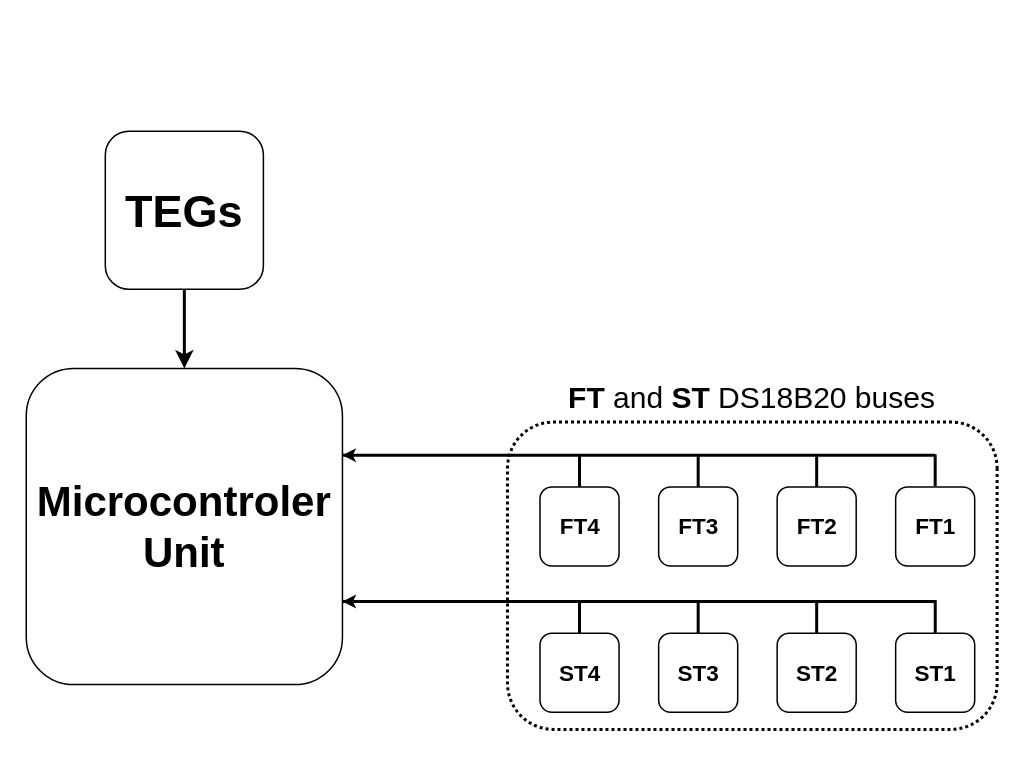
Above: pastinha/Diagrama Eletrico GPessoa.drawio in 20220077780/drawio (draw.io), before the change. Source tidied: cells renumbered, new cells numbered last; positions are measured from the earlier drawing's top-left corner, leaving out a move shared by most shapes. Both pictures are drawn from the tidied source at 150%, with x=0, y=0 at pixel (26, 130).
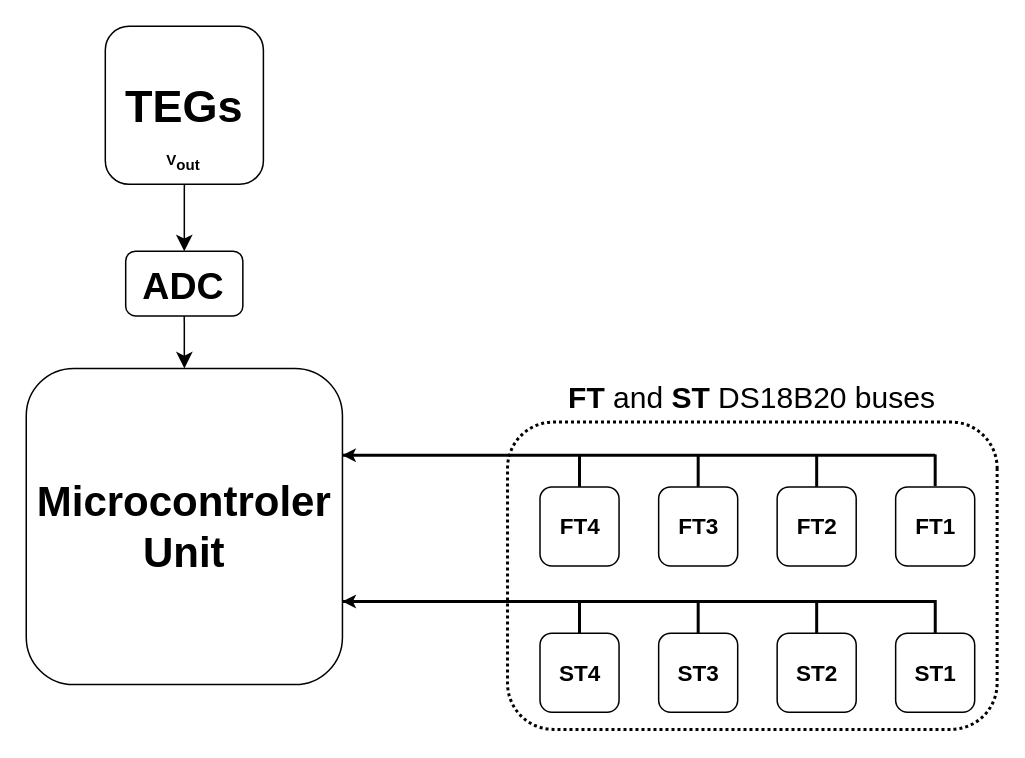
The same page after the edit.

The change refers to these unchanged cells:
```xml
<mxCell id="2" value="Microcontroler Unit" style="rounded=1;whiteSpace=wrap;html=1;fontStyle=1;fontSize=28;" parent="1" vertex="1">
  <mxGeometry y="158.1" width="210.8" height="210.8" as="geometry" />
</mxCell>
```

The edit, as a diff of the source:
```diff
@@
-    <mxCell id="18" style="edgeStyle=orthogonalEdgeStyle;rounded=0;jettySize=auto;html=1;exitX=0.5;exitY=1;exitDx=0;exitDy=0;entryX=1;entryY=0.5;entryDx=0;entryDy=0;strokeWidth=2;" parent="1" edge="1" source="19">
-      <mxGeometry relative="1" as="geometry">
-        <mxPoint x="105.4" y="158.1" as="targetPoint" />
-      </mxGeometry>
-    </mxCell>
     <mxCell id="19" value="TEGs" style="rounded=1;whiteSpace=wrap;html=1;rotation=0;fontSize=30;fontStyle=1;" parent="1" vertex="1">
-      <mxGeometry x="52.7" width="105.4" height="105.4" as="geometry" />
+      <mxGeometry x="52.7" y="-70" width="105.4" height="105.4" as="geometry" />
     </mxCell>
@@
+    <mxCell id="26" value="ADC" style="rounded=1;whiteSpace=wrap;html=1;rotation=0;fontSize=25;fontStyle=1;" parent="1" vertex="1">
+      <mxGeometry x="66.3" y="80" width="78.1" height="43.1" as="geometry" />
+    </mxCell>
+    <mxCell id="27" value="&lt;b style=&quot;font-size: 10px;&quot;&gt;V&lt;sub style=&quot;font-size: 10px;&quot;&gt;out&lt;/sub&gt;&lt;/b&gt;" style="text;html=1;align=center;verticalAlign=middle;whiteSpace=wrap;rounded=0;fontSize=10;" parent="1" vertex="1">
+      <mxGeometry x="80.4" y="6.9" width="50" height="28.4" as="geometry" />
+    </mxCell>
+    <mxCell id="28" style="edgeStyle=segmentEdgeStyle;endArrow=classic;html=1;curved=0;rounded=0;endSize=8;startSize=8;exitX=0.5;exitY=1;exitDx=0;exitDy=0;entryX=0.5;entryY=0;entryDx=0;entryDy=0;" parent="1" edge="1" source="27" target="26">
+      <mxGeometry relative="1" as="geometry" />
+    </mxCell>
+    <mxCell id="29" style="edgeStyle=segmentEdgeStyle;endArrow=classic;html=1;curved=0;rounded=0;endSize=8;startSize=8;exitX=0.5;exitY=1;exitDx=0;exitDy=0;entryX=0.5;entryY=0;entryDx=0;entryDy=0;" parent="1" edge="1" source="26" target="2">
+      <mxGeometry relative="1" as="geometry" />
+    </mxCell>
```
